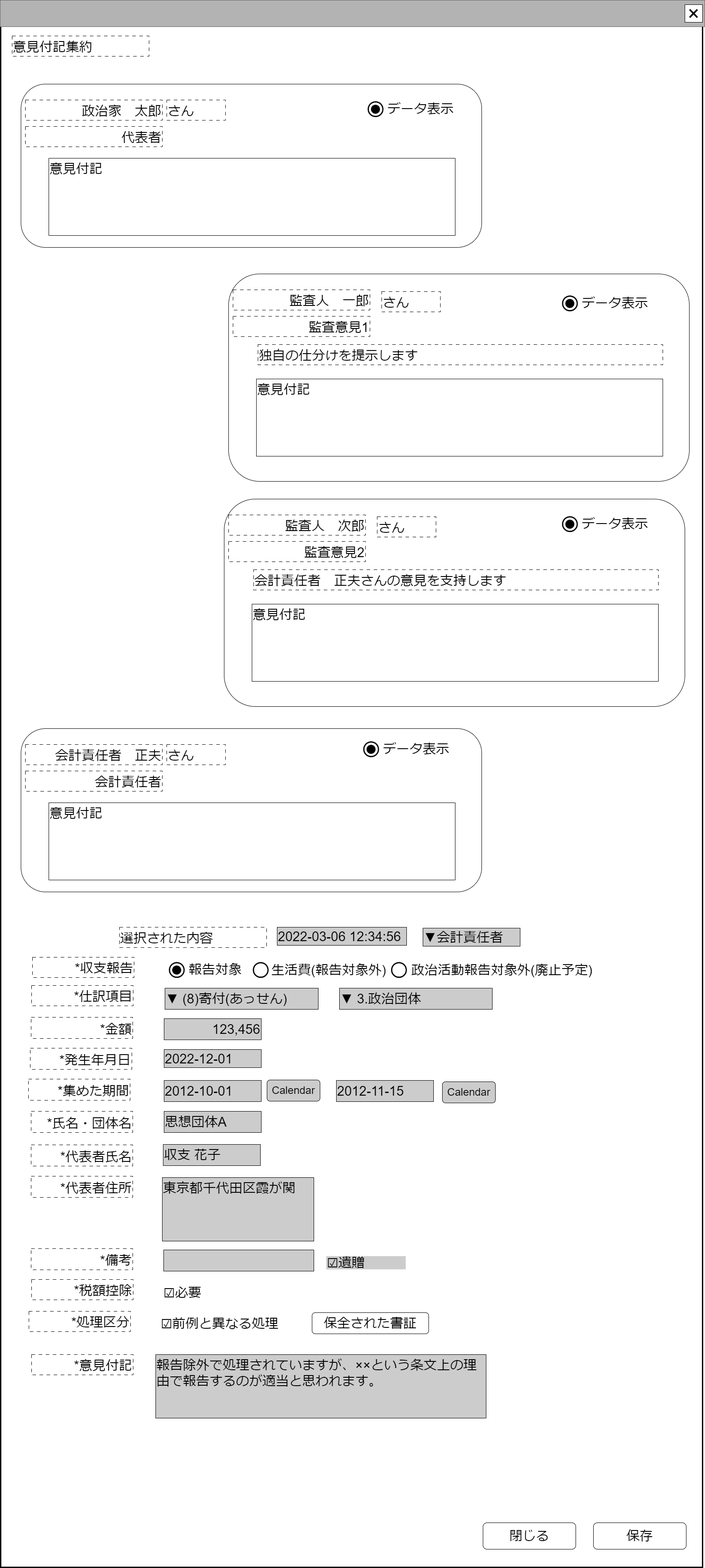
Earlier version of the draw.io export docs/create_front/meeting_adjust_income/image/意見付記集約収入.drawio.png (chiwa2023/create-politician-balance-report). Source tidied: cells renumbered, new cells last; positions are measured from the earlier drawing's top-left corner, leaving out a move shared by most shapes.
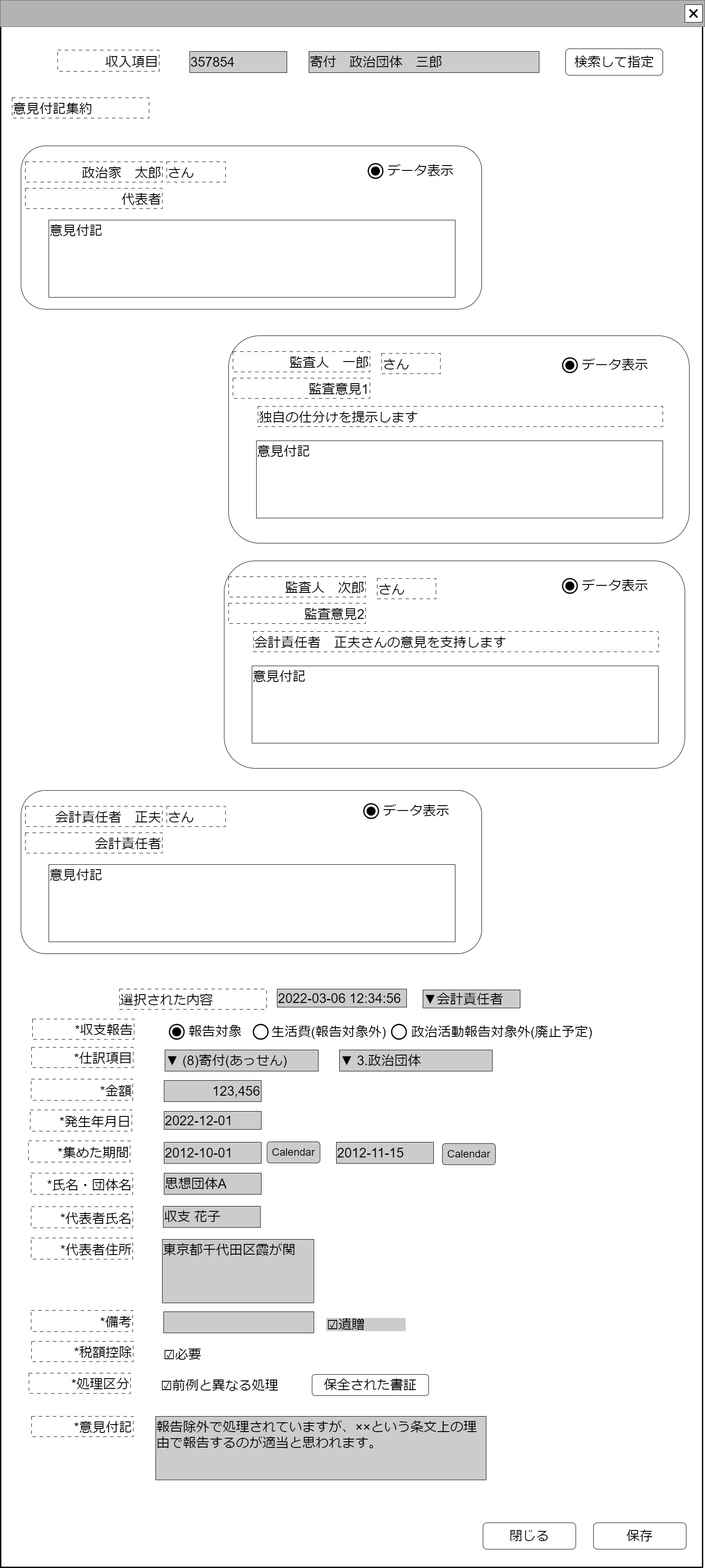
The same file after the commit.

What changed in the source:
```diff
@@ -3,20 +3,20 @@
     <mxCell id="0" />
     <mxCell id="1" value="ウインドウ" parent="0" />
     <mxCell id="2" style="rounded=0;whiteSpace=wrap;html=1;strokeWidth=3;" parent="1" vertex="1">
-      <mxGeometry x="1" y="1" width="1589" height="3549" as="geometry" />
+      <mxGeometry x="1" y="-139" width="1589" height="3549" as="geometry" />
     </mxCell>
     <mxCell id="3" style="rounded=0;whiteSpace=wrap;html=1;fillColor=#B3B3B3;fontColor=#333333;strokeColor=#666666;" parent="1" vertex="1">
-      <mxGeometry width="1595" height="60" as="geometry" />
+      <mxGeometry y="-140" width="1595" height="60" as="geometry" />
     </mxCell>
     <mxCell id="4" value="&lt;font style=&quot;font-size: 48px;&quot;&gt;×&lt;/font&gt;" style="rounded=0;whiteSpace=wrap;html=1;" parent="1" vertex="1">
-      <mxGeometry x="1550" y="10" width="40" height="40" as="geometry" />
+      <mxGeometry x="1550" y="-130" width="40" height="40" as="geometry" />
     </mxCell>
     <mxCell id="5" value="名称未設定レイヤ" parent="0" />
     <mxCell id="6" value="&lt;span style=&quot;font-size: 30px;&quot;&gt;保存&lt;/span&gt;" style="rounded=1;whiteSpace=wrap;html=1;" parent="5" vertex="1">
-      <mxGeometry x="1343" y="3449" width="210" height="60" as="geometry" />
+      <mxGeometry x="1343" y="3309" width="210" height="60" as="geometry" />
     </mxCell>
     <mxCell id="7" value="&lt;span style=&quot;font-size: 30px;&quot;&gt;閉じる&lt;/span&gt;" style="rounded=1;whiteSpace=wrap;html=1;" parent="5" vertex="1">
-      <mxGeometry x="1093" y="3449" width="210" height="60" as="geometry" />
+      <mxGeometry x="1093" y="3309" width="210" height="60" as="geometry" />
     </mxCell>
     <mxCell id="8" value="&lt;div&gt;&lt;span style=&quot;font-size: 30px;&quot;&gt;&lt;br&gt;&lt;/span&gt;&lt;/div&gt;&lt;span style=&quot;font-size: 30px;&quot;&gt;意見付記集約&lt;/span&gt;" style="rounded=0;whiteSpace=wrap;html=1;align=left;dashed=1;dashPattern=8 8;verticalAlign=bottom;" parent="5" vertex="1">
       <mxGeometry x="27" y="81" width="310" height="46" as="geometry" />
@@ -240,5 +240,17 @@
     <mxCell id="81" value="&lt;font style=&quot;font-size: 30px;&quot;&gt;データ表示&lt;/font&gt;" style="text;html=1;strokeColor=none;fillColor=none;align=left;verticalAlign=middle;whiteSpace=wrap;rounded=0;" parent="5" vertex="1">
       <mxGeometry x="865" y="1666" width="165" height="60" as="geometry" />
     </mxCell>
+    <mxCell id="82" value="&lt;div style=&quot;&quot;&gt;&lt;span style=&quot;background-color: initial;&quot;&gt;&lt;font style=&quot;font-size: 30px;&quot;&gt;357854&lt;/font&gt;&lt;/span&gt;&lt;/div&gt;" style="rounded=0;whiteSpace=wrap;html=1;align=left;fillColor=#CCCCCC;" parent="5" vertex="1">
+      <mxGeometry x="429" y="-24" width="220" height="48" as="geometry" />
+    </mxCell>
+    <mxCell id="83" value="&lt;div style=&quot;&quot;&gt;&lt;span style=&quot;background-color: initial;&quot;&gt;&lt;font style=&quot;font-size: 30px;&quot;&gt;収入項目&lt;/font&gt;&lt;/span&gt;&lt;/div&gt;" style="rounded=0;whiteSpace=wrap;html=1;align=right;dashed=1;dashPattern=8 8;verticalAlign=bottom;" parent="5" vertex="1">
+      <mxGeometry x="130" y="-27" width="230" height="48" as="geometry" />
+    </mxCell>
+    <mxCell id="84" value="&lt;span style=&quot;font-size: 30px;&quot;&gt;寄付　政治団体　三郎&lt;/span&gt;" style="rounded=0;whiteSpace=wrap;html=1;align=left;fillColor=#CCCCCC;" parent="5" vertex="1">
+      <mxGeometry x="699" y="-24" width="521" height="48" as="geometry" />
+    </mxCell>
+    <mxCell id="85" value="&lt;span style=&quot;font-size: 30px; text-align: right;&quot;&gt;検索して指定&lt;/span&gt;" style="rounded=1;whiteSpace=wrap;html=1;" parent="5" vertex="1">
+      <mxGeometry x="1280" y="-30" width="220" height="60" as="geometry" />
+    </mxCell>
   </root>
 </mxGraphModel>
```
